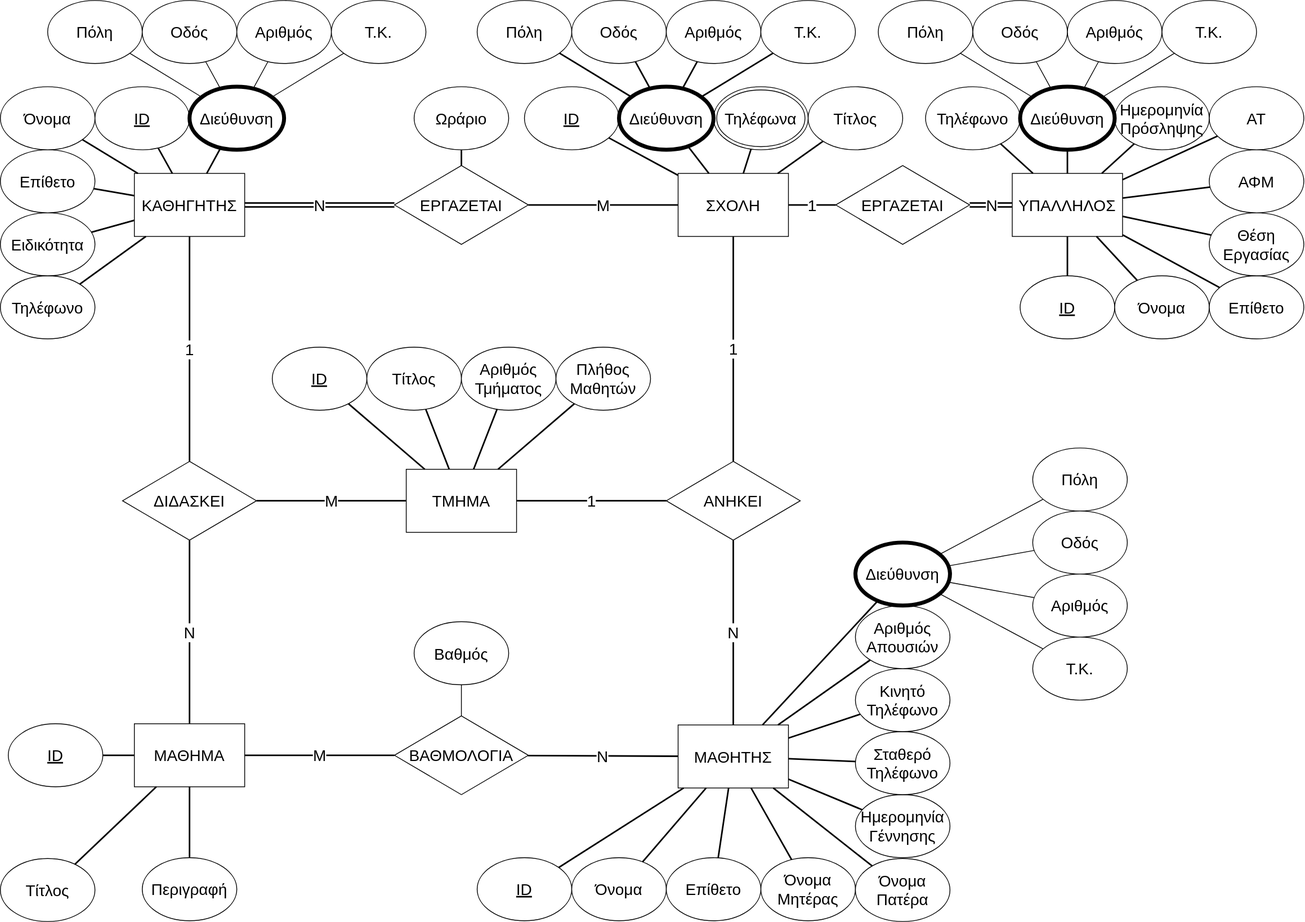
This is Database Diagram.drawio.svg from kyrtsouv/DB-Project, a draw.io export, as it was before one commit. Source tidied: cells renumbered, new cells last; positions are measured from the earlier drawing's top-left corner, leaving out a move shared by most shapes.
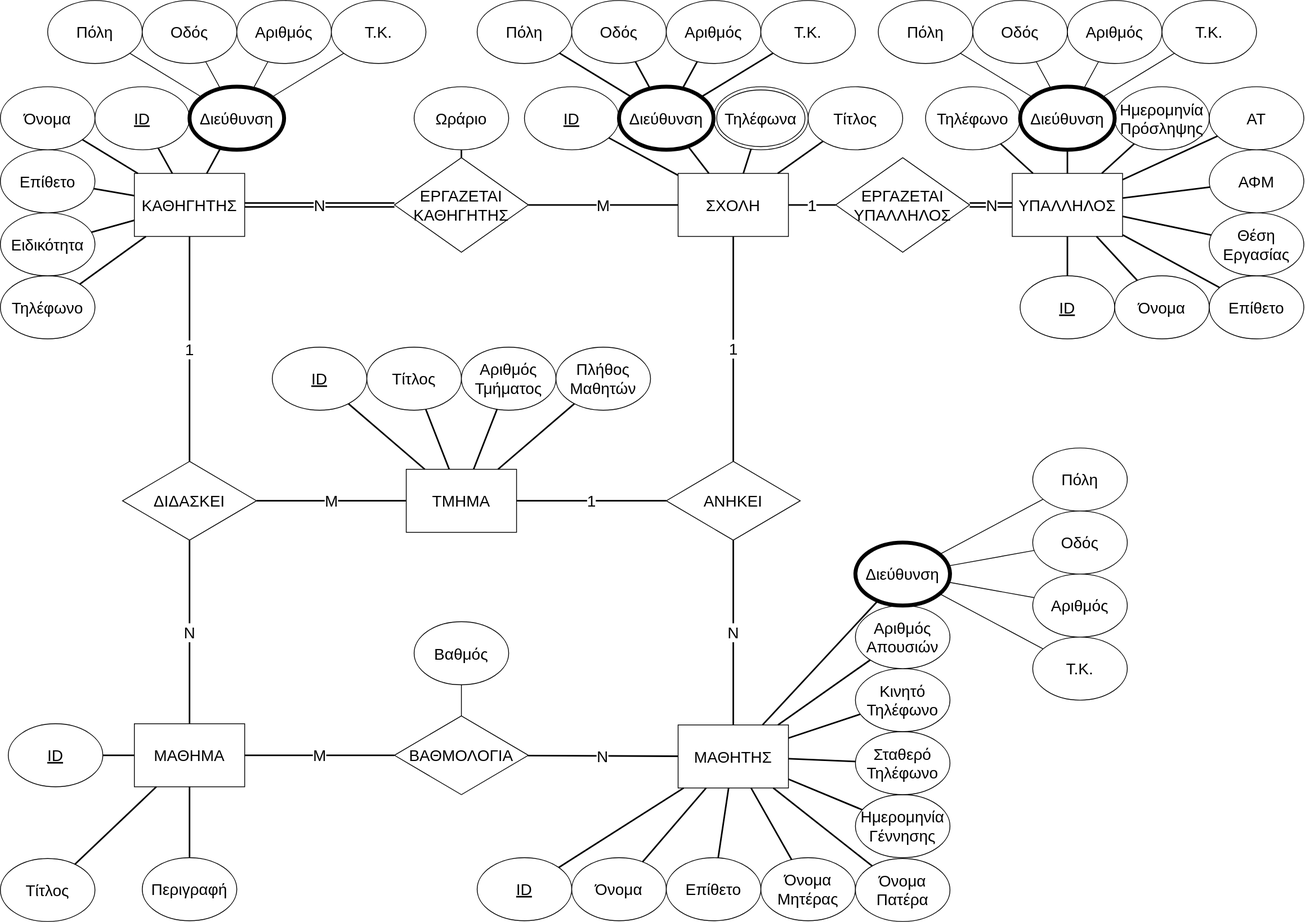
The same diagram one commit later.

What changed in the source:
```diff
@@ -314,14 +314,14 @@
     <mxCell id="105" value="ΑΝΗΚΕΙ" style="rhombus;whiteSpace=wrap;html=1;fontFamily=Helvetica;fontSize=20;fontColor=default;strokeColor=default;labelBorderColor=none;" parent="1" vertex="1">
       <mxGeometry x="845" y="585" width="170" height="100" as="geometry" />
     </mxCell>
-    <mxCell id="106" value="ΕΡΓΑΖΕΤΑΙ" style="rhombus;whiteSpace=wrap;html=1;fontFamily=Helvetica;fontSize=20;fontColor=default;strokeColor=default;labelBorderColor=none;" parent="1" vertex="1">
-      <mxGeometry x="1060" y="209.5" width="170" height="100" as="geometry" />
+    <mxCell id="106" value="ΕΡΓΑΖΕΤΑΙ&lt;br&gt;ΥΠΑΛΛΗΛΟΣ" style="rhombus;whiteSpace=wrap;html=1;fontFamily=Helvetica;fontSize=20;fontColor=default;strokeColor=default;labelBorderColor=none;" parent="1" vertex="1">
+      <mxGeometry x="1060" y="199.5" width="170" height="120" as="geometry" />
     </mxCell>
     <mxCell id="107" style="edgeStyle=none;shape=connector;rounded=0;jettySize=auto;html=1;labelBackgroundColor=default;strokeColor=default;align=center;verticalAlign=middle;fontFamily=Helvetica;fontSize=20;fontColor=default;endArrow=none;endFill=0;strokeWidth=2;labelBorderColor=none;" parent="1" edge="1" source="108" target="109">
       <mxGeometry relative="1" as="geometry" />
     </mxCell>
-    <mxCell id="108" value="ΕΡΓΑΖΕΤΑΙ" style="rhombus;whiteSpace=wrap;html=1;fontFamily=Helvetica;fontSize=20;fontColor=default;strokeColor=default;labelBorderColor=none;" parent="1" vertex="1">
-      <mxGeometry x="500" y="209.5" width="170" height="100" as="geometry" />
+    <mxCell id="108" value="ΕΡΓΑΖΕΤΑΙ&lt;br&gt;ΚΑΘΗΓΗΤΗΣ" style="rhombus;whiteSpace=wrap;html=1;fontFamily=Helvetica;fontSize=20;fontColor=default;strokeColor=default;labelBorderColor=none;" parent="1" vertex="1">
+      <mxGeometry x="500" y="199.5" width="170" height="120" as="geometry" />
     </mxCell>
     <mxCell id="109" value="Ωράριο" style="ellipse;whiteSpace=wrap;html=1;fontFamily=Helvetica;fontSize=20;fontColor=default;strokeColor=default;labelBorderColor=none;" parent="1" vertex="1">
       <mxGeometry x="525" y="109.5" width="120" height="80" as="geometry" />
```
